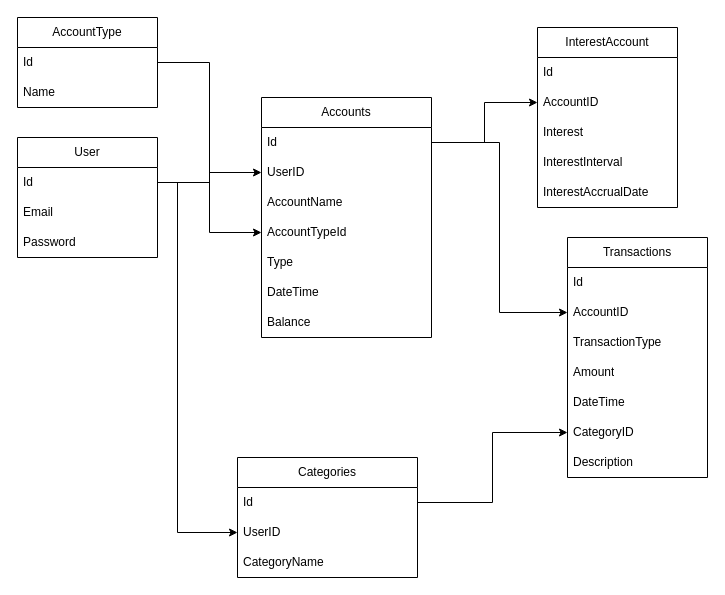
The draw.io diagram FinancialAccountingDB.drawio in Volkov-Serhii/FinancialAccounting, before the edit. Source tidied: cells renumbered, new cells numbered last; positions are measured from the earlier drawing's top-left corner, leaving out a move shared by most shapes. Both pictures are drawn from the tidied source at 100%, with x=0, y=0 at pixel (17, 17).
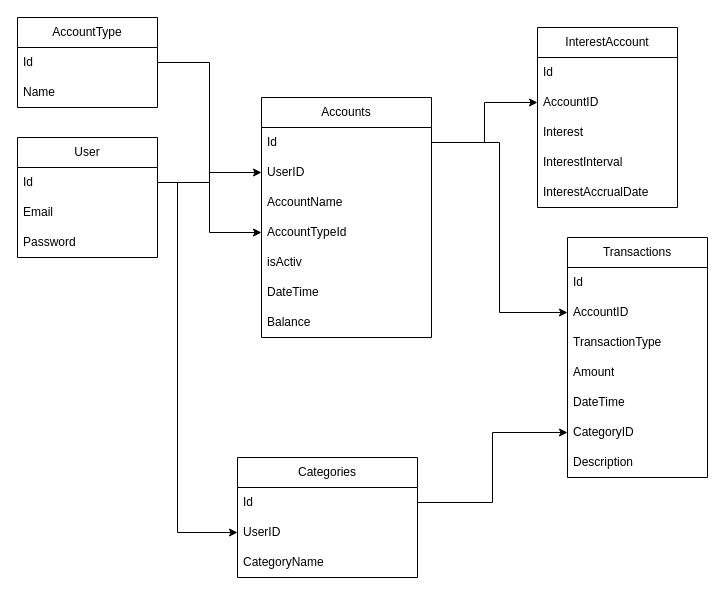
The same diagram, later.

Unchanged cells that the change refers to:
```xml
<mxCell id="6" value="Accounts" style="swimlane;fontStyle=0;horizontal=1;startSize=30;whiteSpace=wrap;html=1;" parent="1" vertex="1">
  <mxGeometry x="244" y="80" width="170" height="240" as="geometry" />
</mxCell>
```

The edit, as a diff of the source:
```diff
@@
-    <mxCell id="11" value="Type" style="text;strokeColor=none;fillColor=none;align=left;verticalAlign=middle;spacingLeft=4;spacingRight=4;overflow=hidden;whiteSpace=wrap;html=1;" parent="6" vertex="1">
+    <mxCell id="11" value="isActiv" style="text;strokeColor=none;fillColor=none;align=left;verticalAlign=middle;spacingLeft=4;spacingRight=4;overflow=hidden;whiteSpace=wrap;html=1;" parent="6" vertex="1">
       <mxGeometry y="150" width="170" height="30" as="geometry" />
     </mxCell>
```
